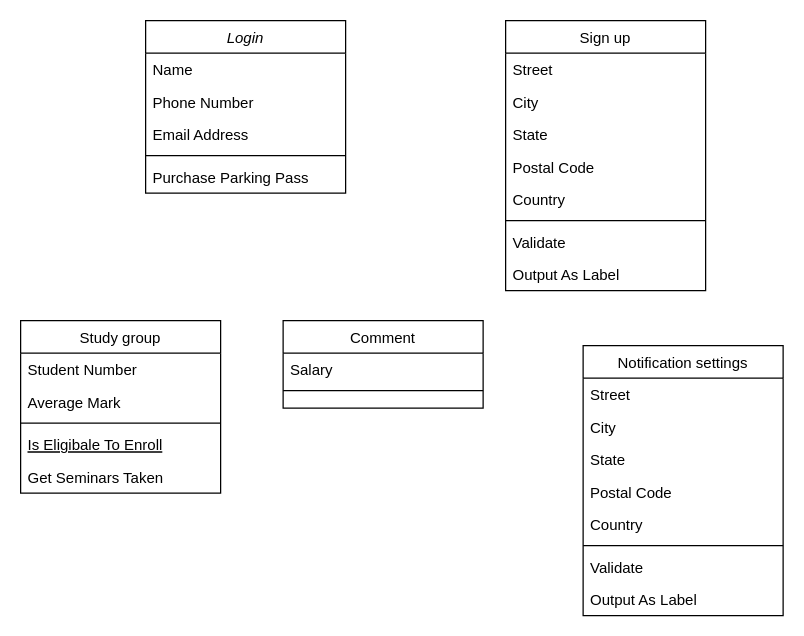
Earlier version of the draw.io diagram Untitled Diagram.drawio (fiyin35/SoftwareArchitecture). Source tidied: cells renumbered, new cells numbered last; positions are measured from the earlier drawing's top-left corner, leaving out a move shared by most shapes. Both pictures are drawn from the tidied source at 125%, with x=0, y=0 at pixel (20, 20).
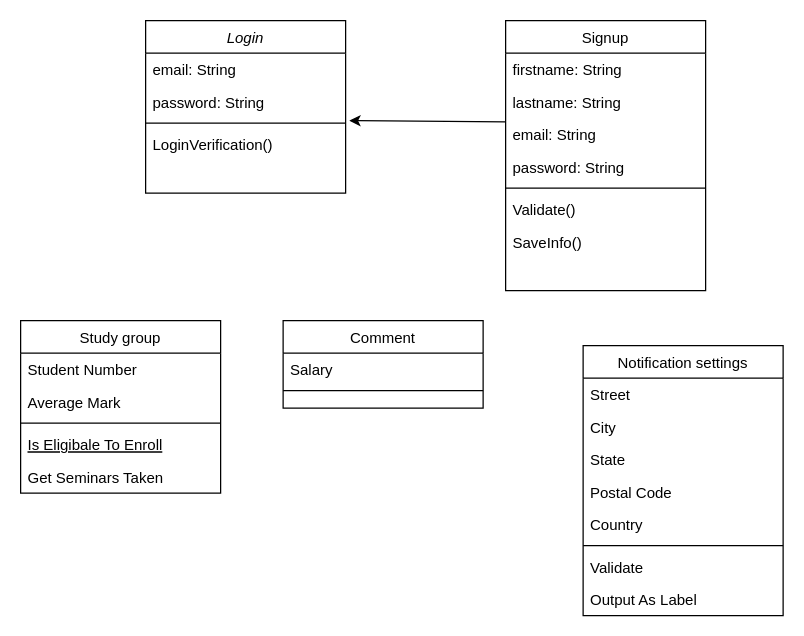
Above is the later version.

The change refers to these unchanged cells:
```xml
<mxCell id="2" value="Login" style="swimlane;fontStyle=2;align=center;verticalAlign=top;horizontal=1;startSize=26;rounded=0;shadow=0;strokeWidth=1;" parent="1" vertex="1">
  <mxGeometry x="100" width="160" height="138" as="geometry" />
</mxCell>
```

Change to the diagram source:
```diff
@@
-    <mxCell id="3" value="Name" style="text;align=left;verticalAlign=top;spacingLeft=4;spacingRight=4;overflow=hidden;" parent="2" vertex="1">
+    <mxCell id="3" value="email: String" style="text;align=left;verticalAlign=top;spacingLeft=4;spacingRight=4;overflow=hidden;" parent="2" vertex="1">
       <mxGeometry y="26" width="160" height="26" as="geometry" />
     </mxCell>
-    <mxCell id="4" value="Phone Number" style="text;align=left;verticalAlign=top;spacingLeft=4;spacingRight=4;overflow=hidden;rounded=0;shadow=0;html=0;" parent="2" vertex="1">
+    <mxCell id="4" value="password: String" style="text;align=left;verticalAlign=top;spacingLeft=4;spacingRight=4;overflow=hidden;rounded=0;shadow=0;html=0;" parent="2" vertex="1">
       <mxGeometry y="52" width="160" height="26" as="geometry" />
     </mxCell>
-    <mxCell id="5" value="Email Address" style="text;align=left;verticalAlign=top;spacingLeft=4;spacingRight=4;overflow=hidden;rounded=0;shadow=0;html=0;" parent="2" vertex="1">
-      <mxGeometry y="78" width="160" height="26" as="geometry" />
-    </mxCell>
     <mxCell id="6" style="line;html=1;strokeWidth=1;align=left;verticalAlign=middle;spacingTop=-1;spacingLeft=3;spacingRight=3;labelPosition=right;" parent="2" vertex="1">
-      <mxGeometry y="104" width="160" height="8" as="geometry" />
+      <mxGeometry y="78" width="160" height="8" as="geometry" />
     </mxCell>
-    <mxCell id="7" value="Purchase Parking Pass" style="text;align=left;verticalAlign=top;spacingLeft=4;spacingRight=4;overflow=hidden;" parent="2" vertex="1">
-      <mxGeometry y="112" width="160" height="26" as="geometry" />
-    </mxCell>
+    <mxCell id="35" value="LoginVerification()" style="text;align=left;verticalAlign=top;spacingLeft=4;spacingRight=4;overflow=hidden;" parent="2" vertex="1">
+      <mxGeometry y="86" width="160" height="26" as="geometry" />
+    </mxCell>
@@
-    <mxCell id="17" value="Sign up" style="swimlane;fontStyle=0;align=center;verticalAlign=top;horizontal=1;startSize=26;rounded=0;shadow=0;strokeWidth=1;" parent="1" vertex="1">
+    <mxCell id="17" value="Signup" style="swimlane;fontStyle=0;align=center;verticalAlign=top;horizontal=1;startSize=26;rounded=0;shadow=0;strokeWidth=1;" parent="1" vertex="1">
       <mxGeometry x="388" width="160" height="216" as="geometry" />
     </mxCell>
-    <mxCell id="18" value="Street" style="text;align=left;verticalAlign=top;spacingLeft=4;spacingRight=4;overflow=hidden;" parent="17" vertex="1">
+    <mxCell id="18" value="firstname: String" style="text;align=left;verticalAlign=top;spacingLeft=4;spacingRight=4;overflow=hidden;" parent="17" vertex="1">
       <mxGeometry y="26" width="160" height="26" as="geometry" />
     </mxCell>
-    <mxCell id="19" value="City" style="text;align=left;verticalAlign=top;spacingLeft=4;spacingRight=4;overflow=hidden;rounded=0;shadow=0;html=0;" parent="17" vertex="1">
+    <mxCell id="19" value="lastname: String" style="text;align=left;verticalAlign=top;spacingLeft=4;spacingRight=4;overflow=hidden;rounded=0;shadow=0;html=0;" parent="17" vertex="1">
       <mxGeometry y="52" width="160" height="26" as="geometry" />
     </mxCell>
-    <mxCell id="20" value="State" style="text;align=left;verticalAlign=top;spacingLeft=4;spacingRight=4;overflow=hidden;rounded=0;shadow=0;html=0;" parent="17" vertex="1">
+    <mxCell id="20" value="email: String" style="text;align=left;verticalAlign=top;spacingLeft=4;spacingRight=4;overflow=hidden;rounded=0;shadow=0;html=0;" parent="17" vertex="1">
       <mxGeometry y="78" width="160" height="26" as="geometry" />
     </mxCell>
-    <mxCell id="21" value="Postal Code" style="text;align=left;verticalAlign=top;spacingLeft=4;spacingRight=4;overflow=hidden;rounded=0;shadow=0;html=0;" parent="17" vertex="1">
+    <mxCell id="21" value="password: String" style="text;align=left;verticalAlign=top;spacingLeft=4;spacingRight=4;overflow=hidden;rounded=0;shadow=0;html=0;" parent="17" vertex="1">
       <mxGeometry y="104" width="160" height="26" as="geometry" />
     </mxCell>
-    <mxCell id="22" value="Country" style="text;align=left;verticalAlign=top;spacingLeft=4;spacingRight=4;overflow=hidden;rounded=0;shadow=0;html=0;" parent="17" vertex="1">
-      <mxGeometry y="130" width="160" height="26" as="geometry" />
-    </mxCell>
     <mxCell id="23" style="line;html=1;strokeWidth=1;align=left;verticalAlign=middle;spacingTop=-1;spacingLeft=3;spacingRight=3;labelPosition=right;" parent="17" vertex="1">
-      <mxGeometry y="156" width="160" height="8" as="geometry" />
+      <mxGeometry y="130" width="160" height="8" as="geometry" />
     </mxCell>
-    <mxCell id="24" value="Validate" style="text;align=left;verticalAlign=top;spacingLeft=4;spacingRight=4;overflow=hidden;" parent="17" vertex="1">
-      <mxGeometry y="164" width="160" height="26" as="geometry" />
+    <mxCell id="24" value="Validate()" style="text;align=left;verticalAlign=top;spacingLeft=4;spacingRight=4;overflow=hidden;" parent="17" vertex="1">
+      <mxGeometry y="138" width="160" height="26" as="geometry" />
     </mxCell>
-    <mxCell id="25" value="Output As Label" style="text;align=left;verticalAlign=top;spacingLeft=4;spacingRight=4;overflow=hidden;" parent="17" vertex="1">
-      <mxGeometry y="190" width="160" height="26" as="geometry" />
-    </mxCell>
+    <mxCell id="36" value="SaveInfo()" style="text;align=left;verticalAlign=top;spacingLeft=4;spacingRight=4;overflow=hidden;" parent="17" vertex="1">
+      <mxGeometry y="164" width="160" height="26" as="geometry" />
+    </mxCell>
@@
+    <mxCell id="37" style="endArrow=classic;html=1;exitX=0;exitY=0.5;exitDx=0;exitDy=0;" parent="1" edge="1">
+      <mxGeometry relative="1" as="geometry">
+        <mxPoint x="388" y="81" as="sourcePoint" />
+        <mxPoint x="263" y="80" as="targetPoint" />
+      </mxGeometry>
+    </mxCell>
```
